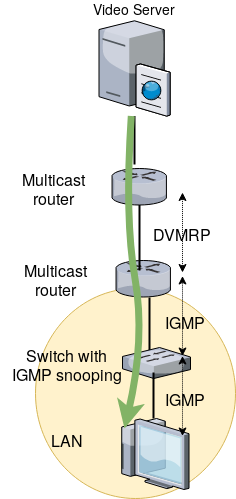
This is doc/dvmrp-simple.png from troglobit/mrouted, a draw.io export, as it was before one commit. Source tidied: cells renumbered, new cells last; positions are measured from the earlier drawing's top-left corner, leaving out a move shared by most shapes. The source it was exported from:
```xml
<mxGraphModel>
  <root>
    <mxCell id="0" style="html=1;" />
    <mxCell id="1" style="html=1;" parent="0" />
    <mxCell id="2" style="endArrow=classic;startArrow=classic;html=1;strokeWidth=1;fontSize=16;dashed=1;dashPattern=1 1;" parent="1" edge="1">
      <mxGeometry relative="1" as="geometry">
        <mxPoint x="181" y="254" as="sourcePoint" />
        <mxPoint x="181" y="174" as="targetPoint" />
      </mxGeometry>
    </mxCell>
    <mxCell id="3" style="ellipse;whiteSpace=wrap;html=1;fillColor=#fff2cc;fontSize=16;strokeColor=#d6b656;" parent="1" vertex="1">
      <mxGeometry x="34" y="270" width="200" height="210" as="geometry" />
    </mxCell>
    <mxCell id="4" style="edgeStyle=none;rounded=0;html=1;startSize=10;endSize=10;jettySize=auto;fontSize=14;endArrow=none;endFill=0;strokeWidth=2;exitX=0.603;exitY=1.022;exitDx=0;exitDy=0;exitPerimeter=0;entryX=0.393;entryY=0.534;entryDx=0;entryDy=0;entryPerimeter=0;" parent="1" edge="1" source="7" target="9">
      <mxGeometry relative="1" as="geometry" />
    </mxCell>
    <mxCell id="5" style="edgeStyle=none;rounded=0;html=1;startSize=10;endSize=10;jettySize=auto;fontSize=14;endArrow=none;endFill=0;strokeWidth=2;exitX=0.409;exitY=-0.11;exitDx=0;exitDy=0;exitPerimeter=0;" parent="1" edge="1" source="6" target="8">
      <mxGeometry relative="1" as="geometry" />
    </mxCell>
    <mxCell id="6" style="verticalLabelPosition=bottom;html=1;verticalAlign=top;strokeColor=none;shape=mxgraph.citrix.router;fillColor=#66B2FF;gradientColor=#0066CC;fontSize=14;" parent="1" vertex="1">
      <mxGeometry x="110.5" y="150" width="55" height="36.5" as="geometry" />
    </mxCell>
    <mxCell id="7" style="verticalLabelPosition=bottom;html=1;verticalAlign=top;strokeColor=none;shape=mxgraph.citrix.router;fillColor=#66B2FF;gradientColor=#0066CC;fontSize=14;" parent="1" vertex="1">
      <mxGeometry x="114.5" y="242" width="55" height="36.5" as="geometry" />
    </mxCell>
    <mxCell id="8" value="Video Server" style="verticalLabelPosition=top;html=1;verticalAlign=bottom;strokeColor=none;shape=mxgraph.citrix.cache_server;fillColor=#66B2FF;gradientColor=#0066CC;fontSize=14;labelPosition=center;align=center;" parent="1" vertex="1">
      <mxGeometry x="97.5" width="71" height="97.5" as="geometry" />
    </mxCell>
    <mxCell id="9" style="verticalLabelPosition=bottom;html=1;verticalAlign=top;strokeColor=none;shape=mxgraph.citrix.switch;fillColor=#66B2FF;gradientColor=#0066CC;fontSize=14;" parent="1" vertex="1">
      <mxGeometry x="121" y="329" width="68" height="31" as="geometry" />
    </mxCell>
    <mxCell id="10" style="verticalLabelPosition=top;html=1;verticalAlign=bottom;strokeColor=none;shape=mxgraph.citrix.thin_client;fillColor=#66B2FF;gradientColor=#0066CC;fontSize=14;labelPosition=center;align=center;" parent="1" vertex="1">
      <mxGeometry x="116.5" y="400" width="71" height="71" as="geometry" />
    </mxCell>
    <mxCell id="11" style="edgeStyle=none;rounded=0;html=1;startSize=10;endSize=10;jettySize=auto;fontSize=14;endArrow=none;endFill=0;strokeWidth=2;entryX=0.429;entryY=0.272;entryDx=0;entryDy=0;entryPerimeter=0;" parent="1" edge="1" source="6" target="7">
      <mxGeometry relative="1" as="geometry" />
    </mxCell>
    <mxCell id="12" value="IGMP" style="text;html=1;strokeColor=none;fillColor=none;align=center;verticalAlign=middle;whiteSpace=wrap;rounded=0;fontSize=16;" parent="1" vertex="1">
      <mxGeometry x="163" y="292" width="40" height="20" as="geometry" />
    </mxCell>
    <mxCell id="13" value="IGMP" style="text;html=1;strokeColor=none;fillColor=none;align=center;verticalAlign=middle;whiteSpace=wrap;rounded=0;fontSize=16;" parent="1" vertex="1">
      <mxGeometry x="163" y="369" width="40" height="20" as="geometry" />
    </mxCell>
    <mxCell id="14" value="&lt;div&gt;Switch with&lt;br&gt;IGMP snooping&lt;/div&gt;" style="text;html=1;strokeColor=none;fillColor=none;align=center;verticalAlign=middle;whiteSpace=wrap;rounded=0;fontSize=16;" parent="1" vertex="1">
      <mxGeometry x="-0.5" y="324.5" width="130" height="40" as="geometry" />
    </mxCell>
    <mxCell id="15" style="curved=1;endArrow=classic;html=1;strokeWidth=7;fontSize=16;fillColor=#d5e8d4;strokeColor=#82b366;entryX=0.092;entryY=0.141;entryDx=0;entryDy=0;entryPerimeter=0;" parent="1" edge="1" source="8" target="10">
      <mxGeometry relative="1" as="geometry">
        <Array as="points">
          <mxPoint x="123" y="200" />
          <mxPoint x="144" y="320" />
        </Array>
      </mxGeometry>
    </mxCell>
    <mxCell id="16" value="DVMRP" style="text;html=1;strokeColor=none;fillColor=none;align=center;verticalAlign=middle;whiteSpace=wrap;rounded=0;fontSize=16;" parent="1" vertex="1">
      <mxGeometry x="160" y="204.5" width="40" height="20" as="geometry" />
    </mxCell>
    <mxCell id="17" value="Multicast&lt;br&gt;router" style="text;html=1;strokeColor=none;fillColor=none;align=center;verticalAlign=middle;whiteSpace=wrap;rounded=0;fontSize=16;" parent="1" vertex="1">
      <mxGeometry x="32.5" y="158.5" width="40" height="20" as="geometry" />
    </mxCell>
    <mxCell id="18" value="Multicast&lt;br&gt;router" style="text;html=1;strokeColor=none;fillColor=none;align=center;verticalAlign=middle;whiteSpace=wrap;rounded=0;fontSize=16;" parent="1" vertex="1">
      <mxGeometry x="34" y="250" width="40" height="20" as="geometry" />
    </mxCell>
    <mxCell id="19" style="edgeStyle=none;rounded=0;html=1;startSize=10;endSize=10;jettySize=auto;fontSize=14;endArrow=none;endFill=0;strokeWidth=2;exitX=0.456;exitY=0.806;exitDx=0;exitDy=0;exitPerimeter=0;" parent="1" edge="1" source="9" target="10">
      <mxGeometry relative="1" as="geometry" />
    </mxCell>
    <mxCell id="20" value="LAN" style="text;html=1;strokeColor=none;fillColor=none;align=center;verticalAlign=middle;whiteSpace=wrap;rounded=0;fontSize=16;" parent="1" vertex="1">
      <mxGeometry x="44.5" y="410" width="40" height="20" as="geometry" />
    </mxCell>
    <mxCell id="21" style="endArrow=classic;startArrow=classic;html=1;strokeWidth=1;fontSize=16;dashed=1;dashPattern=1 1;" parent="1" edge="1">
      <mxGeometry relative="1" as="geometry">
        <mxPoint x="181" y="337.5" as="sourcePoint" />
        <mxPoint x="181" y="257.5" as="targetPoint" />
      </mxGeometry>
    </mxCell>
    <mxCell id="22" style="endArrow=classic;startArrow=classic;html=1;strokeWidth=1;fontSize=16;dashed=1;dashPattern=1 1;" parent="1" edge="1">
      <mxGeometry relative="1" as="geometry">
        <mxPoint x="181" y="417.5" as="sourcePoint" />
        <mxPoint x="181" y="337.5" as="targetPoint" />
      </mxGeometry>
    </mxCell>
  </root>
</mxGraphModel>
```
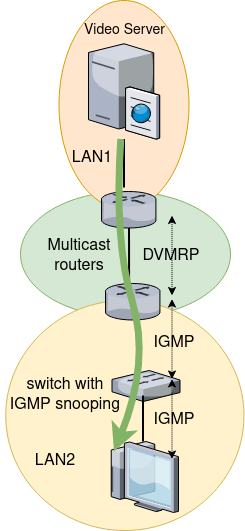
The same file after the commit.

Commit message:
Update DVRMP example image to work better with dark background

The edit, as a diff of the source:
```diff
@@ -1,83 +1,89 @@
 <mxGraphModel>
   <root>
-    <mxCell id="0" style="html=1;" />
+    <mxCell id="0" />
-    <mxCell id="1" style="html=1;" parent="0" />
+    <mxCell id="1" parent="0" />
-    <mxCell id="2" style="endArrow=classic;startArrow=classic;html=1;strokeWidth=1;fontSize=16;dashed=1;dashPattern=1 1;" parent="1" edge="1">
-      <mxGeometry relative="1" as="geometry">
-        <mxPoint x="181" y="254" as="sourcePoint" />
-        <mxPoint x="181" y="174" as="targetPoint" />
-      </mxGeometry>
-    </mxCell>
-    <mxCell id="3" style="ellipse;whiteSpace=wrap;html=1;fillColor=#fff2cc;fontSize=16;strokeColor=#d6b656;" parent="1" vertex="1">
-      <mxGeometry x="34" y="270" width="200" height="210" as="geometry" />
-    </mxCell>
-    <mxCell id="4" style="edgeStyle=none;rounded=0;html=1;startSize=10;endSize=10;jettySize=auto;fontSize=14;endArrow=none;endFill=0;strokeWidth=2;exitX=0.603;exitY=1.022;exitDx=0;exitDy=0;exitPerimeter=0;entryX=0.393;entryY=0.534;entryDx=0;entryDy=0;entryPerimeter=0;" parent="1" edge="1" source="7" target="9">
-      <mxGeometry relative="1" as="geometry" />
-    </mxCell>
-    <mxCell id="5" style="edgeStyle=none;rounded=0;html=1;startSize=10;endSize=10;jettySize=auto;fontSize=14;endArrow=none;endFill=0;strokeWidth=2;exitX=0.409;exitY=-0.11;exitDx=0;exitDy=0;exitPerimeter=0;" parent="1" edge="1" source="6" target="8">
-      <mxGeometry relative="1" as="geometry" />
-    </mxCell>
-    <mxCell id="6" style="verticalLabelPosition=bottom;html=1;verticalAlign=top;strokeColor=none;shape=mxgraph.citrix.router;fillColor=#66B2FF;gradientColor=#0066CC;fontSize=14;" parent="1" vertex="1">
-      <mxGeometry x="110.5" y="150" width="55" height="36.5" as="geometry" />
-    </mxCell>
-    <mxCell id="7" style="verticalLabelPosition=bottom;html=1;verticalAlign=top;strokeColor=none;shape=mxgraph.citrix.router;fillColor=#66B2FF;gradientColor=#0066CC;fontSize=14;" parent="1" vertex="1">
-      <mxGeometry x="114.5" y="242" width="55" height="36.5" as="geometry" />
-    </mxCell>
+    <mxCell id="23" style="ellipse;whiteSpace=wrap;html=1;fillColor=#d5e8d4;fontSize=16;strokeColor=#82b366;" parent="1" vertex="1">
+      <mxGeometry x="29.5" y="150" width="210" height="125.5" as="geometry" />
+    </mxCell>
+    <mxCell id="24" style="ellipse;whiteSpace=wrap;html=1;fillColor=#fff2cc;fontSize=16;strokeColor=#d6b656;" parent="1" vertex="1">
+      <mxGeometry x="14.8" y="259" width="238.2" height="230" as="geometry" />
+    </mxCell>
+    <mxCell id="25" style="ellipse;whiteSpace=wrap;html=1;fillColor=#ffe6cc;fontSize=16;strokeColor=#d79b00;" parent="1" vertex="1">
+      <mxGeometry x="68" y="-41" width="130" height="208.5" as="geometry" />
+    </mxCell>
+    <mxCell id="26" style="endArrow=classic;startArrow=classic;html=1;strokeWidth=1;fontSize=16;dashed=1;dashPattern=1 1;" parent="1" edge="1">
+      <mxGeometry relative="1" as="geometry">
+        <mxPoint x="181" y="254" as="sourcePoint" />
+        <mxPoint x="181" y="174" as="targetPoint" />
+      </mxGeometry>
+    </mxCell>
+    <mxCell id="27" style="edgeStyle=none;rounded=0;html=1;startSize=10;endSize=10;jettySize=auto;fontSize=14;endArrow=none;endFill=0;strokeWidth=2;exitX=0.603;exitY=1.022;exitDx=0;exitDy=0;exitPerimeter=0;entryX=0.393;entryY=0.534;entryDx=0;entryDy=0;entryPerimeter=0;" parent="1" edge="1" source="30" target="31">
+      <mxGeometry relative="1" as="geometry" />
+    </mxCell>
+    <mxCell id="28" style="edgeStyle=none;rounded=0;html=1;startSize=10;endSize=10;jettySize=auto;fontSize=14;endArrow=none;endFill=0;strokeWidth=2;exitX=0.409;exitY=-0.11;exitDx=0;exitDy=0;exitPerimeter=0;" parent="1" edge="1" source="29" target="8">
+      <mxGeometry relative="1" as="geometry" />
+    </mxCell>
+    <mxCell id="29" style="verticalLabelPosition=bottom;html=1;verticalAlign=top;strokeColor=none;shape=mxgraph.citrix.router;fillColor=#66B2FF;gradientColor=#0066CC;fontSize=14;" parent="1" vertex="1">
+      <mxGeometry x="110.5" y="150" width="55" height="36.5" as="geometry" />
+    </mxCell>
+    <mxCell id="30" style="verticalLabelPosition=bottom;html=1;verticalAlign=top;strokeColor=none;shape=mxgraph.citrix.router;fillColor=#66B2FF;gradientColor=#0066CC;fontSize=14;" parent="1" vertex="1">
+      <mxGeometry x="114.5" y="242" width="55" height="36.5" as="geometry" />
+    </mxCell>
     <mxCell id="8" value="Video Server" style="verticalLabelPosition=top;html=1;verticalAlign=bottom;strokeColor=none;shape=mxgraph.citrix.cache_server;fillColor=#66B2FF;gradientColor=#0066CC;fontSize=14;labelPosition=center;align=center;" parent="1" vertex="1">
       <mxGeometry x="97.5" width="71" height="97.5" as="geometry" />
     </mxCell>
-    <mxCell id="9" style="verticalLabelPosition=bottom;html=1;verticalAlign=top;strokeColor=none;shape=mxgraph.citrix.switch;fillColor=#66B2FF;gradientColor=#0066CC;fontSize=14;" parent="1" vertex="1">
-      <mxGeometry x="121" y="329" width="68" height="31" as="geometry" />
-    </mxCell>
-    <mxCell id="10" style="verticalLabelPosition=top;html=1;verticalAlign=bottom;strokeColor=none;shape=mxgraph.citrix.thin_client;fillColor=#66B2FF;gradientColor=#0066CC;fontSize=14;labelPosition=center;align=center;" parent="1" vertex="1">
-      <mxGeometry x="116.5" y="400" width="71" height="71" as="geometry" />
-    </mxCell>
-    <mxCell id="11" style="edgeStyle=none;rounded=0;html=1;startSize=10;endSize=10;jettySize=auto;fontSize=14;endArrow=none;endFill=0;strokeWidth=2;entryX=0.429;entryY=0.272;entryDx=0;entryDy=0;entryPerimeter=0;" parent="1" edge="1" source="6" target="7">
-      <mxGeometry relative="1" as="geometry" />
-    </mxCell>
-    <mxCell id="12" value="IGMP" style="text;html=1;strokeColor=none;fillColor=none;align=center;verticalAlign=middle;whiteSpace=wrap;rounded=0;fontSize=16;" parent="1" vertex="1">
-      <mxGeometry x="163" y="292" width="40" height="20" as="geometry" />
-    </mxCell>
-    <mxCell id="13" value="IGMP" style="text;html=1;strokeColor=none;fillColor=none;align=center;verticalAlign=middle;whiteSpace=wrap;rounded=0;fontSize=16;" parent="1" vertex="1">
-      <mxGeometry x="163" y="369" width="40" height="20" as="geometry" />
-    </mxCell>
-    <mxCell id="14" value="&lt;div&gt;Switch with&lt;br&gt;IGMP snooping&lt;/div&gt;" style="text;html=1;strokeColor=none;fillColor=none;align=center;verticalAlign=middle;whiteSpace=wrap;rounded=0;fontSize=16;" parent="1" vertex="1">
-      <mxGeometry x="-0.5" y="324.5" width="130" height="40" as="geometry" />
-    </mxCell>
-    <mxCell id="15" style="curved=1;endArrow=classic;html=1;strokeWidth=7;fontSize=16;fillColor=#d5e8d4;strokeColor=#82b366;entryX=0.092;entryY=0.141;entryDx=0;entryDy=0;entryPerimeter=0;" parent="1" edge="1" source="8" target="10">
-      <mxGeometry relative="1" as="geometry">
-        <Array as="points">
-          <mxPoint x="123" y="200" />
-          <mxPoint x="144" y="320" />
-        </Array>
-      </mxGeometry>
-    </mxCell>
+    <mxCell id="31" style="verticalLabelPosition=bottom;html=1;verticalAlign=top;strokeColor=none;shape=mxgraph.citrix.switch;fillColor=#66B2FF;gradientColor=#0066CC;fontSize=14;" parent="1" vertex="1">
+      <mxGeometry x="121" y="329" width="68" height="31" as="geometry" />
+    </mxCell>
+    <mxCell id="32" style="verticalLabelPosition=top;html=1;verticalAlign=bottom;strokeColor=none;shape=mxgraph.citrix.thin_client;fillColor=#66B2FF;gradientColor=#0066CC;fontSize=14;labelPosition=center;align=center;" parent="1" vertex="1">
+      <mxGeometry x="116.5" y="400" width="71" height="71" as="geometry" />
+    </mxCell>
+    <mxCell id="33" style="edgeStyle=none;rounded=0;html=1;startSize=10;endSize=10;jettySize=auto;fontSize=14;endArrow=none;endFill=0;strokeWidth=2;entryX=0.429;entryY=0.272;entryDx=0;entryDy=0;entryPerimeter=0;" parent="1" edge="1" source="29" target="30">
+      <mxGeometry relative="1" as="geometry" />
+    </mxCell>
+    <mxCell id="34" value="IGMP" style="text;html=1;strokeColor=none;fillColor=none;align=center;verticalAlign=middle;whiteSpace=wrap;rounded=0;fontSize=16;" parent="1" vertex="1">
+      <mxGeometry x="163" y="292" width="40" height="20" as="geometry" />
+    </mxCell>
+    <mxCell id="35" value="IGMP" style="text;html=1;strokeColor=none;fillColor=none;align=center;verticalAlign=middle;whiteSpace=wrap;rounded=0;fontSize=16;" parent="1" vertex="1">
+      <mxGeometry x="163" y="369" width="40" height="20" as="geometry" />
+    </mxCell>
+    <mxCell id="36" value="&lt;div&gt;switch with&lt;br&gt;IGMP snooping&lt;/div&gt;" style="text;html=1;strokeColor=none;fillColor=none;align=center;verticalAlign=middle;whiteSpace=wrap;rounded=0;fontSize=16;" parent="1" vertex="1">
+      <mxGeometry x="9.5" y="331.5" width="130" height="44.5" as="geometry" />
+    </mxCell>
+    <mxCell id="37" style="curved=1;endArrow=classic;html=1;strokeWidth=7;fontSize=16;fillColor=#d5e8d4;strokeColor=#82b366;entryX=0.092;entryY=0.141;entryDx=0;entryDy=0;entryPerimeter=0;" parent="1" edge="1" source="8" target="32">
+      <mxGeometry relative="1" as="geometry">
+        <Array as="points">
+          <mxPoint x="123" y="200" />
+          <mxPoint x="159.5" y="320" />
+        </Array>
+      </mxGeometry>
+    </mxCell>
     <mxCell id="16" value="DVMRP" style="text;html=1;strokeColor=none;fillColor=none;align=center;verticalAlign=middle;whiteSpace=wrap;rounded=0;fontSize=16;" parent="1" vertex="1">
       <mxGeometry x="160" y="204.5" width="40" height="20" as="geometry" />
     </mxCell>
-    <mxCell id="17" value="Multicast&lt;br&gt;router" style="text;html=1;strokeColor=none;fillColor=none;align=center;verticalAlign=middle;whiteSpace=wrap;rounded=0;fontSize=16;" parent="1" vertex="1">
-      <mxGeometry x="32.5" y="158.5" width="40" height="20" as="geometry" />
-    </mxCell>
-    <mxCell id="18" value="Multicast&lt;br&gt;router" style="text;html=1;strokeColor=none;fillColor=none;align=center;verticalAlign=middle;whiteSpace=wrap;rounded=0;fontSize=16;" parent="1" vertex="1">
-      <mxGeometry x="34" y="250" width="40" height="20" as="geometry" />
-    </mxCell>
-    <mxCell id="19" style="edgeStyle=none;rounded=0;html=1;startSize=10;endSize=10;jettySize=auto;fontSize=14;endArrow=none;endFill=0;strokeWidth=2;exitX=0.456;exitY=0.806;exitDx=0;exitDy=0;exitPerimeter=0;" parent="1" edge="1" source="9" target="10">
-      <mxGeometry relative="1" as="geometry" />
-    </mxCell>
-    <mxCell id="20" value="LAN" style="text;html=1;strokeColor=none;fillColor=none;align=center;verticalAlign=middle;whiteSpace=wrap;rounded=0;fontSize=16;" parent="1" vertex="1">
-      <mxGeometry x="44.5" y="410" width="40" height="20" as="geometry" />
-    </mxCell>
-    <mxCell id="21" style="endArrow=classic;startArrow=classic;html=1;strokeWidth=1;fontSize=16;dashed=1;dashPattern=1 1;" parent="1" edge="1">
-      <mxGeometry relative="1" as="geometry">
-        <mxPoint x="181" y="337.5" as="sourcePoint" />
-        <mxPoint x="181" y="257.5" as="targetPoint" />
-      </mxGeometry>
-    </mxCell>
-    <mxCell id="22" style="endArrow=classic;startArrow=classic;html=1;strokeWidth=1;fontSize=16;dashed=1;dashPattern=1 1;" parent="1" edge="1">
-      <mxGeometry relative="1" as="geometry">
-        <mxPoint x="181" y="417.5" as="sourcePoint" />
-        <mxPoint x="181" y="337.5" as="targetPoint" />
-      </mxGeometry>
-    </mxCell>
+    <mxCell id="38" value="Multicast&lt;br&gt;&lt;div&gt;routers&lt;/div&gt;" style="text;html=1;strokeColor=none;fillColor=none;align=center;verticalAlign=middle;whiteSpace=wrap;rounded=0;fontSize=16;" parent="1" vertex="1">
+      <mxGeometry x="68" y="204.5" width="40" height="20" as="geometry" />
+    </mxCell>
+    <mxCell id="39" style="edgeStyle=none;rounded=0;html=1;startSize=10;endSize=10;jettySize=auto;fontSize=14;endArrow=none;endFill=0;strokeWidth=2;exitX=0.456;exitY=0.806;exitDx=0;exitDy=0;exitPerimeter=0;" parent="1" edge="1" source="31" target="32">
+      <mxGeometry relative="1" as="geometry" />
+    </mxCell>
+    <mxCell id="40" value="LAN2" style="text;html=1;strokeColor=none;fillColor=none;align=center;verticalAlign=middle;whiteSpace=wrap;rounded=0;fontSize=16;" parent="1" vertex="1">
+      <mxGeometry x="44.5" y="410" width="40" height="20" as="geometry" />
+    </mxCell>
+    <mxCell id="41" style="endArrow=classic;startArrow=classic;html=1;strokeWidth=1;fontSize=16;dashed=1;dashPattern=1 1;" parent="1" edge="1">
+      <mxGeometry relative="1" as="geometry">
+        <mxPoint x="181" y="337.5" as="sourcePoint" />
+        <mxPoint x="181" y="257.5" as="targetPoint" />
+      </mxGeometry>
+    </mxCell>
+    <mxCell id="42" style="endArrow=classic;startArrow=classic;html=1;strokeWidth=1;fontSize=16;dashed=1;dashPattern=1 1;" parent="1" edge="1">
+      <mxGeometry relative="1" as="geometry">
+        <mxPoint x="181" y="417.5" as="sourcePoint" />
+        <mxPoint x="181" y="337.5" as="targetPoint" />
+      </mxGeometry>
+    </mxCell>
+    <mxCell id="43" value="LAN1" style="text;html=1;strokeColor=none;fillColor=none;align=center;verticalAlign=middle;whiteSpace=wrap;rounded=0;fontSize=16;" parent="1" vertex="1">
+      <mxGeometry x="81" y="106.5" width="40" height="20" as="geometry" />
+    </mxCell>
   </root>
 </mxGraphModel>
```
